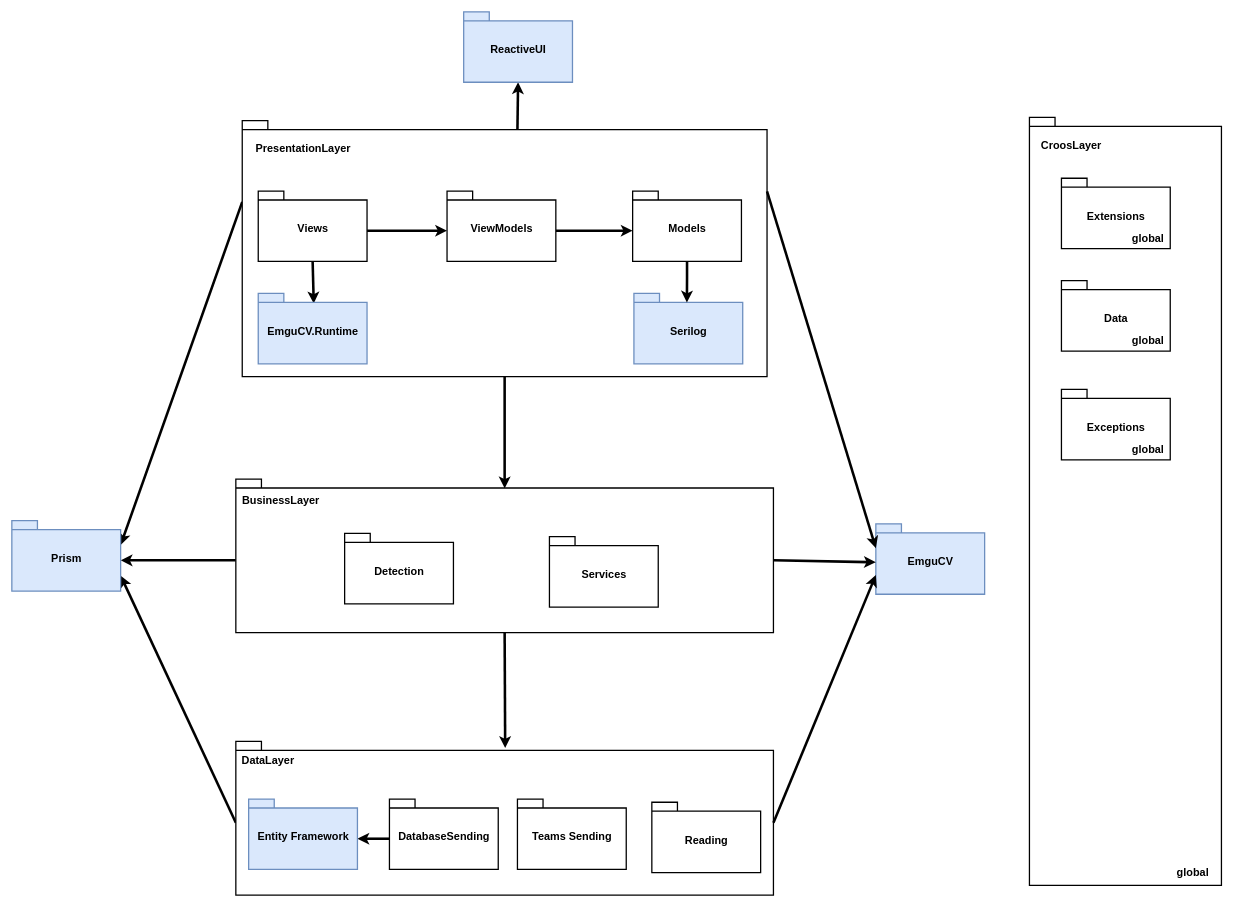
Earlier version of the draw.io diagram page "Packets" (1 of 12) of Engineering/Packets.drawio (GoldGreen/Skeletonization). Source tidied: cells renumbered, new cells numbered last; positions are measured from the earlier drawing's top-left corner, leaving out a move shared by most shapes. Both pictures are drawn from the tidied source at 64%, with x=0, y=0 at pixel (12, 12).
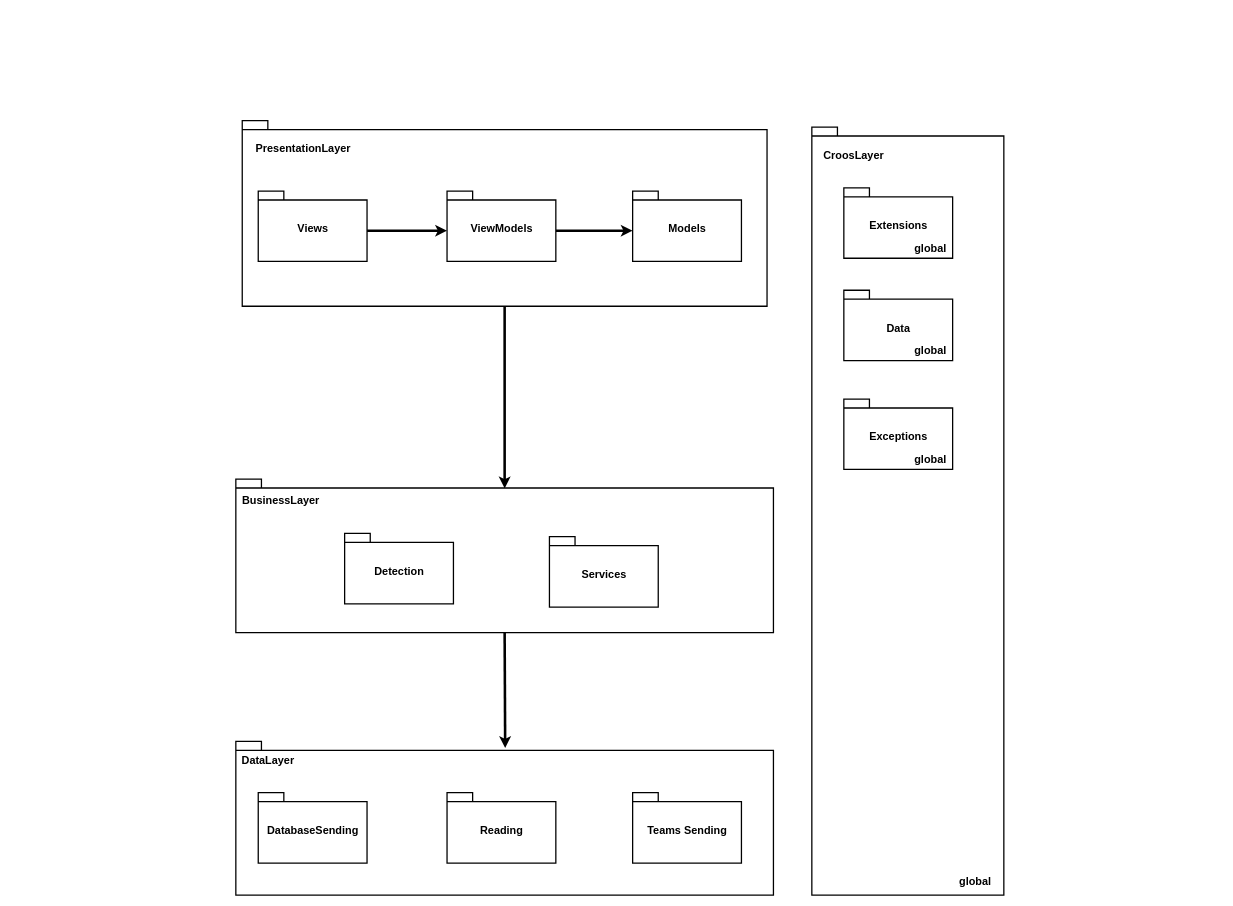
The same diagram, later.

The change refers to these unchanged cells:
```xml
<mxCell id="8" style="shape=folder;fontStyle=1;spacingTop=10;tabWidth=40;tabHeight=14;tabPosition=left;html=1;fontSize=17;fillColor=#FFFFFF;strokeWidth=2;" parent="1" vertex="1">
  <mxGeometry x="350" y="730" width="840" height="240" as="geometry" />
</mxCell>
<mxCell id="11" style="shape=folder;fontStyle=1;spacingTop=10;tabWidth=40;tabHeight=14;tabPosition=left;html=1;fontSize=17;fillColor=#FFFFFF;strokeWidth=2;" parent="1" vertex="1">
  <mxGeometry x="350" y="1140" width="840" height="240" as="geometry" />
</mxCell>
<mxCell id="17" value="Views" style="shape=folder;fontStyle=1;spacingTop=10;tabWidth=40;tabHeight=14;tabPosition=left;html=1;fontSize=17;fillColor=#FFFFFF;strokeWidth=2;" parent="1" vertex="1">
  <mxGeometry x="385" y="280" width="170" height="110" as="geometry" />
</mxCell>
<mxCell id="20" value="Models" style="shape=folder;fontStyle=1;spacingTop=10;tabWidth=40;tabHeight=14;tabPosition=left;html=1;fontSize=17;fillColor=#FFFFFF;strokeWidth=2;" parent="1" vertex="1">
  <mxGeometry x="970" y="280" width="170" height="110" as="geometry" />
</mxCell>
```

Change to the diagram source:
```diff
@@
-    <mxCell id="2" style="rounded=0;jettySize=auto;html=1;exitX=0;exitY=0;exitDx=0;exitDy=127;exitPerimeter=0;entryX=0;entryY=0;entryDx=170;entryDy=38;entryPerimeter=0;fontSize=17;strokeWidth=4;fontStyle=1;" parent="1" edge="1" source="4" target="27">
-      <mxGeometry relative="1" as="geometry" />
-    </mxCell>
@@
     <mxCell id="4" style="shape=folder;fontStyle=1;spacingTop=10;tabWidth=40;tabHeight=14;tabPosition=left;html=1;fontSize=17;fillColor=#FFFFFF;strokeWidth=2;" parent="1" vertex="1">
-      <mxGeometry x="360" y="170" width="820" height="400" as="geometry" />
+      <mxGeometry x="360" y="170" width="820" height="290" as="geometry" />
     </mxCell>
@@
-    <mxCell id="6" style="edgeStyle=none;rounded=0;jettySize=auto;html=1;exitX=0;exitY=0;exitDx=0;exitDy=127;exitPerimeter=0;entryX=0;entryY=0;entryDx=170;entryDy=62;entryPerimeter=0;fontSize=17;strokeWidth=4;fontStyle=1;" parent="1" edge="1" source="8" target="27">
-      <mxGeometry relative="1" as="geometry" />
-    </mxCell>
@@
-    <mxCell id="10" style="edgeStyle=none;rounded=0;jettySize=auto;html=1;exitX=0;exitY=0;exitDx=0;exitDy=127;exitPerimeter=0;entryX=0;entryY=0;entryDx=170;entryDy=86;entryPerimeter=0;fontSize=17;strokeWidth=4;fontStyle=1;" parent="1" edge="1" source="11" target="27">
-      <mxGeometry relative="1" as="geometry" />
-    </mxCell>
@@
     <mxCell id="13" style="shape=folder;fontStyle=1;spacingTop=10;tabWidth=40;tabHeight=14;tabPosition=left;html=1;fontSize=17;fillColor=#FFFFFF;strokeWidth=2;" parent="1" vertex="1">
-      <mxGeometry x="1590" y="165" width="300" height="1200" as="geometry" />
+      <mxGeometry x="1250" y="180" width="300" height="1200" as="geometry" />
     </mxCell>
     <mxCell id="14" value="CroosLayer" style="text;html=1;align=center;verticalAlign=middle;strokeColor=none;fillColor=none;fontSize=17;fontStyle=1;strokeWidth=2;" parent="1" vertex="1">
-      <mxGeometry x="1600" y="195" width="110" height="30" as="geometry" />
+      <mxGeometry x="1260" y="210" width="110" height="30" as="geometry" />
     </mxCell>
@@
-    <mxCell id="16" style="edgeStyle=none;rounded=0;jettySize=auto;html=1;exitX=0.5;exitY=1;exitDx=0;exitDy=0;exitPerimeter=0;entryX=0.51;entryY=0.142;entryDx=0;entryDy=0;entryPerimeter=0;fontSize=17;strokeWidth=4;" parent="1" edge="1" source="17" target="29">
-      <mxGeometry relative="1" as="geometry" />
-    </mxCell>
@@
-    <mxCell id="22" style="edgeStyle=none;rounded=0;jettySize=auto;html=1;exitX=0;exitY=0;exitDx=0;exitDy=62;exitPerimeter=0;entryX=0;entryY=0;entryDx=170;entryDy=62;entryPerimeter=0;fontSize=17;strokeWidth=4;" parent="1" edge="1" source="23" target="34">
-      <mxGeometry relative="1" as="geometry" />
-    </mxCell>
     <mxCell id="23" value="DatabaseSending" style="shape=folder;fontStyle=1;spacingTop=10;tabWidth=40;tabHeight=14;tabPosition=left;html=1;fontSize=17;fillColor=#FFFFFF;strokeWidth=2;" parent="1" vertex="1">
-      <mxGeometry x="590" y="1230" width="170" height="110" as="geometry" />
+      <mxGeometry x="385" y="1220" width="170" height="110" as="geometry" />
     </mxCell>
     <mxCell id="24" value="Teams Sending" style="shape=folder;fontStyle=1;spacingTop=10;tabWidth=40;tabHeight=14;tabPosition=left;html=1;fontSize=17;fillColor=#FFFFFF;strokeWidth=2;" parent="1" vertex="1">
-      <mxGeometry x="790" y="1230" width="170" height="110" as="geometry" />
+      <mxGeometry x="970" y="1220" width="170" height="110" as="geometry" />
     </mxCell>
     <mxCell id="25" value="Reading" style="shape=folder;fontStyle=1;spacingTop=10;tabWidth=40;tabHeight=14;tabPosition=left;html=1;fontSize=17;fillColor=#FFFFFF;strokeWidth=2;" parent="1" vertex="1">
-      <mxGeometry x="1000" y="1235" width="170" height="110" as="geometry" />
+      <mxGeometry x="680" y="1220" width="170" height="110" as="geometry" />
     </mxCell>
@@
-    <mxCell id="27" value="Prism" style="shape=folder;fontStyle=1;spacingTop=10;tabWidth=40;tabHeight=14;tabPosition=left;html=1;fontSize=17;fillColor=#dae8fc;strokeWidth=2;strokeColor=#6c8ebf;" parent="1" vertex="1">
-      <mxGeometry y="795" width="170" height="110" as="geometry" />
-    </mxCell>
     <mxCell id="28" value="global" style="text;html=1;align=center;verticalAlign=middle;strokeColor=none;fillColor=none;fontSize=17;fontStyle=1;strokeWidth=2;" parent="1" vertex="1">
-      <mxGeometry x="1810" y="1330" width="70" height="30" as="geometry" />
+      <mxGeometry x="1470" y="1345" width="70" height="30" as="geometry" />
     </mxCell>
-    <mxCell id="29" value="EmguCV.Runtime" style="shape=folder;fontStyle=1;spacingTop=10;tabWidth=40;tabHeight=14;tabPosition=left;html=1;fontSize=17;fillColor=#dae8fc;strokeWidth=2;strokeColor=#6c8ebf;" parent="1" vertex="1">
-      <mxGeometry x="385" y="440" width="170" height="110" as="geometry" />
-    </mxCell>
-    <mxCell id="30" value="EmguCV" style="shape=folder;fontStyle=1;spacingTop=10;tabWidth=40;tabHeight=14;tabPosition=left;html=1;fontSize=17;fillColor=#dae8fc;strokeWidth=2;strokeColor=#6c8ebf;" parent="1" vertex="1">
-      <mxGeometry x="1350" y="800" width="170" height="110" as="geometry" />
-    </mxCell>
     <mxCell id="31" value="Extensions" style="shape=folder;fontStyle=1;spacingTop=10;tabWidth=40;tabHeight=14;tabPosition=left;html=1;fontSize=17;strokeWidth=2;" parent="1" vertex="1">
-      <mxGeometry x="1640" y="260" width="170" height="110" as="geometry" />
+      <mxGeometry x="1300" y="275" width="170" height="110" as="geometry" />
     </mxCell>
     <mxCell id="32" value="Data" style="shape=folder;fontStyle=1;spacingTop=10;tabWidth=40;tabHeight=14;tabPosition=left;html=1;fontSize=17;strokeWidth=2;" parent="1" vertex="1">
-      <mxGeometry x="1640" y="420" width="170" height="110" as="geometry" />
+      <mxGeometry x="1300" y="435" width="170" height="110" as="geometry" />
     </mxCell>
     <mxCell id="33" value="Exceptions" style="shape=folder;fontStyle=1;spacingTop=10;tabWidth=40;tabHeight=14;tabPosition=left;html=1;fontSize=17;strokeWidth=2;" parent="1" vertex="1">
-      <mxGeometry x="1640" y="590" width="170" height="110" as="geometry" />
+      <mxGeometry x="1300" y="605" width="170" height="110" as="geometry" />
     </mxCell>
-    <mxCell id="34" value="Entity Framework" style="shape=folder;fontStyle=1;spacingTop=10;tabWidth=40;tabHeight=14;tabPosition=left;html=1;fontSize=17;fillColor=#dae8fc;strokeWidth=2;strokeColor=#6c8ebf;" parent="1" vertex="1">
-      <mxGeometry x="370" y="1230" width="170" height="110" as="geometry" />
-    </mxCell>
     <mxCell id="35" value="global" style="text;html=1;align=center;verticalAlign=middle;strokeColor=none;fillColor=none;fontSize=17;fontStyle=1;strokeWidth=2;" parent="1" vertex="1">
-      <mxGeometry x="1740" y="670" width="70" height="30" as="geometry" />
+      <mxGeometry x="1400" y="685" width="70" height="30" as="geometry" />
     </mxCell>
     <mxCell id="36" value="global" style="text;html=1;align=center;verticalAlign=middle;strokeColor=none;fillColor=none;fontSize=17;fontStyle=1;strokeWidth=2;" parent="1" vertex="1">
-      <mxGeometry x="1740" y="500" width="70" height="30" as="geometry" />
+      <mxGeometry x="1400" y="515" width="70" height="30" as="geometry" />
     </mxCell>
     <mxCell id="37" value="global" style="text;html=1;align=center;verticalAlign=middle;strokeColor=none;fillColor=none;fontSize=17;fontStyle=1;strokeWidth=2;" parent="1" vertex="1">
-      <mxGeometry x="1740" y="340" width="70" height="30" as="geometry" />
+      <mxGeometry x="1400" y="355" width="70" height="30" as="geometry" />
     </mxCell>
-    <mxCell id="38" value="Serilog" style="shape=folder;fontStyle=1;spacingTop=10;tabWidth=40;tabHeight=14;tabPosition=left;html=1;fontSize=17;fillColor=#dae8fc;strokeWidth=2;strokeColor=#6c8ebf;" parent="1" vertex="1">
-      <mxGeometry x="972" y="440" width="170" height="110" as="geometry" />
-    </mxCell>
-    <mxCell id="39" style="edgeStyle=orthogonalEdgeStyle;rounded=0;jettySize=auto;html=1;exitX=0.5;exitY=1;exitDx=0;exitDy=0;exitPerimeter=0;entryX=0.487;entryY=0.129;entryDx=0;entryDy=0;entryPerimeter=0;fontSize=17;strokeWidth=4;fontStyle=1;" parent="1" edge="1" source="20" target="38">
-      <mxGeometry relative="1" as="geometry" />
-    </mxCell>
-    <mxCell id="40" style="rounded=0;jettySize=auto;html=1;exitX=0;exitY=0;exitDx=430;exitDy=14;exitPerimeter=0;fontSize=17;strokeWidth=4;fontStyle=1;entryX=0.5;entryY=1;entryDx=0;entryDy=0;entryPerimeter=0;" parent="1" edge="1" source="4" target="41">
-      <mxGeometry relative="1" as="geometry" />
-    </mxCell>
-    <mxCell id="41" value="ReactiveUI" style="shape=folder;fontStyle=1;spacingTop=10;tabWidth=40;tabHeight=14;tabPosition=left;html=1;fontSize=17;fillColor=#dae8fc;strokeWidth=2;strokeColor=#6c8ebf;" parent="1" vertex="1">
-      <mxGeometry x="706" width="170" height="110" as="geometry" />
-    </mxCell>
-    <mxCell id="42" style="rounded=0;jettySize=auto;html=1;exitX=0;exitY=0;exitDx=820;exitDy=110.5;exitPerimeter=0;entryX=0;entryY=0;entryDx=0;entryDy=38;entryPerimeter=0;fontSize=17;strokeWidth=4;fontStyle=1;" parent="1" edge="1" source="4" target="30">
-      <mxGeometry relative="1" as="geometry" />
-    </mxCell>
-    <mxCell id="43" style="rounded=0;jettySize=auto;html=1;exitX=0;exitY=0;exitDx=840;exitDy=127;exitPerimeter=0;fontSize=17;strokeWidth=4;fontStyle=1;" parent="1" edge="1" source="8">
-      <mxGeometry relative="1" as="geometry">
-        <mxPoint x="1350" y="860" as="targetPoint" />
-      </mxGeometry>
-    </mxCell>
-    <mxCell id="44" style="rounded=0;jettySize=auto;html=1;exitX=0;exitY=0;exitDx=840;exitDy=127;exitPerimeter=0;fontSize=17;strokeWidth=4;fontStyle=1;" parent="1" edge="1" source="11">
-      <mxGeometry relative="1" as="geometry">
-        <mxPoint x="1350" y="880" as="targetPoint" />
-      </mxGeometry>
-    </mxCell>
```
